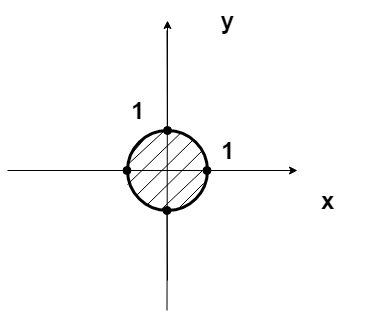
Above: Untitled Diagram.png in ArseniyIFMO/TEX (draw.io), before the change. Source tidied: cells renumbered, new cells last; positions are measured from the earlier drawing's top-left corner, leaving out a move shared by most shapes.
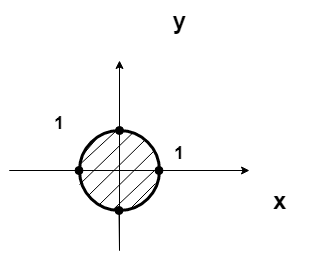
The same diagram one commit later.

What changed in the source:
```diff
@@ -4,13 +4,13 @@
     <mxCell id="1" parent="0" />
     <mxCell id="2" style="endArrow=classic;html=1;" parent="1" edge="1">
       <mxGeometry relative="1" as="geometry">
-        <mxPoint x="159.5" y="310" as="sourcePoint" />
-        <mxPoint x="160" y="20" as="targetPoint" />
+        <mxPoint x="160" y="250" as="sourcePoint" />
+        <mxPoint x="160" y="60" as="targetPoint" />
       </mxGeometry>
     </mxCell>
     <mxCell id="3" style="endArrow=classic;html=1;" parent="1" edge="1">
       <mxGeometry relative="1" as="geometry">
-        <mxPoint y="170" as="sourcePoint" />
+        <mxPoint x="50" y="170" as="sourcePoint" />
         <mxPoint x="290" y="170" as="targetPoint" />
       </mxGeometry>
     </mxCell>
@@ -19,7 +19,7 @@
     </mxCell>
     <mxCell id="5" style="endArrow=none;html=1;endFill=0;startArrow=oval;startFill=1;endSize=10;startSize=8;exitX=0.5;exitY=0;exitDx=0;exitDy=0;" parent="1" edge="1" source="4">
       <mxGeometry relative="1" as="geometry">
-        <mxPoint x="159.5" y="30" as="targetPoint" />
+        <mxPoint x="160" y="70" as="targetPoint" />
       </mxGeometry>
     </mxCell>
     <mxCell id="6" style="endArrow=none;html=1;endFill=0;startArrow=oval;startFill=1;endSize=10;startSize=8;" parent="1" edge="1">
@@ -37,7 +37,7 @@
     <mxCell id="8" style="endArrow=none;html=1;endFill=0;startArrow=oval;startFill=1;endSize=10;startSize=8;" parent="1" edge="1">
       <mxGeometry relative="1" as="geometry">
         <mxPoint x="159.5" y="210" as="sourcePoint" />
-        <mxPoint x="160" y="280" as="targetPoint" />
+        <mxPoint x="160" y="250" as="targetPoint" />
       </mxGeometry>
     </mxCell>
     <mxCell id="9" style="endArrow=none;html=1;endFill=0;exitX=0.121;exitY=0.804;exitDx=0;exitDy=0;exitPerimeter=0;" parent="1" edge="1" source="4">
@@ -79,11 +79,11 @@
     <mxCell id="17" value="y" style="text;strokeColor=none;fillColor=none;html=1;fontSize=24;fontStyle=1;verticalAlign=middle;align=center;" parent="1" vertex="1">
       <mxGeometry x="170" width="100" height="40" as="geometry" />
     </mxCell>
-    <mxCell id="18" value="1" style="text;strokeColor=none;fillColor=none;html=1;fontSize=24;fontStyle=1;verticalAlign=middle;align=center;" parent="1" vertex="1">
+    <mxCell id="18" value="&lt;font style=&quot;font-size: 18px&quot;&gt;1&lt;/font&gt;" style="text;strokeColor=none;fillColor=none;html=1;fontSize=24;fontStyle=1;verticalAlign=middle;align=center;" parent="1" vertex="1">
       <mxGeometry x="170" y="130" width="100" height="40" as="geometry" />
     </mxCell>
-    <mxCell id="19" value="1" style="text;strokeColor=none;fillColor=none;html=1;fontSize=24;fontStyle=1;verticalAlign=middle;align=center;" parent="1" vertex="1">
-      <mxGeometry x="80" y="90" width="100" height="40" as="geometry" />
+    <mxCell id="19" value="&lt;font style=&quot;font-size: 18px&quot;&gt;1&lt;/font&gt;" style="text;strokeColor=none;fillColor=none;html=1;fontSize=24;fontStyle=1;verticalAlign=middle;align=center;" parent="1" vertex="1">
+      <mxGeometry x="50" y="100" width="100" height="40" as="geometry" />
     </mxCell>
   </root>
 </mxGraphModel>
```
